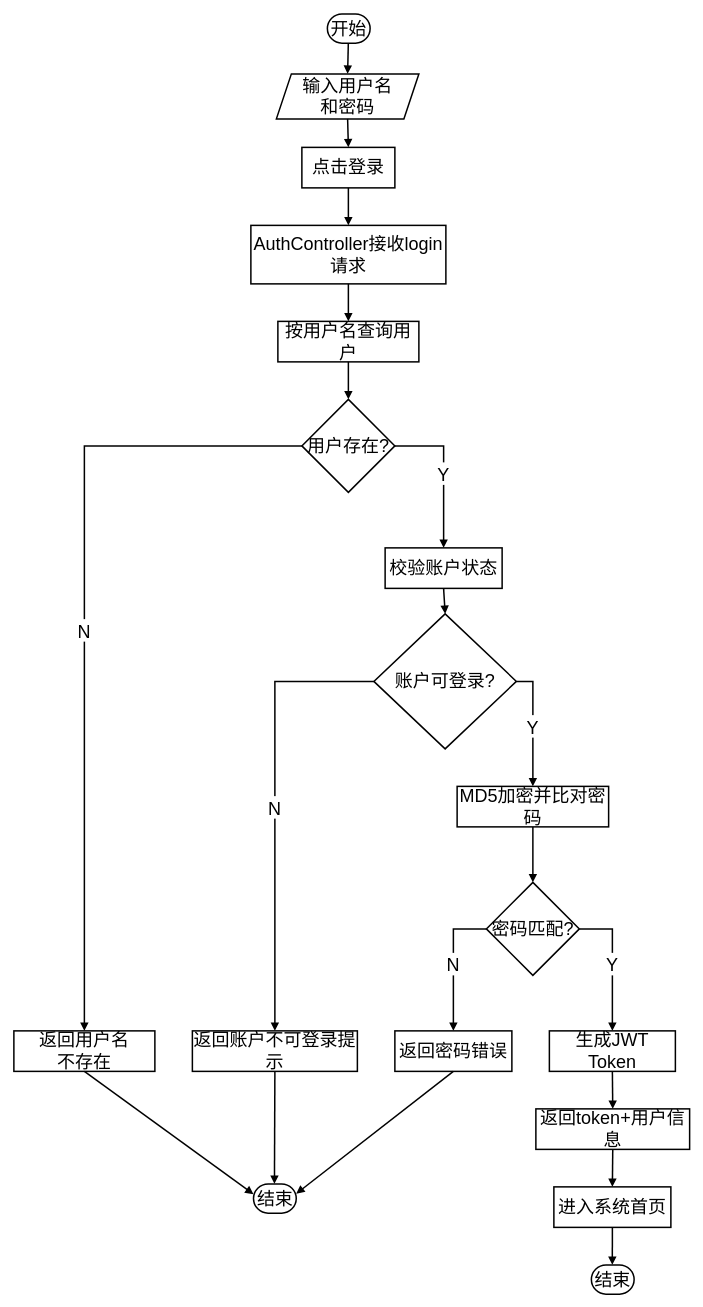
Before: 用户登录流程图.drawio in LichCarlos/darwIo, a draw.io diagram. Source tidied: cells renumbered, new cells numbered last; positions are measured from the earlier drawing's top-left corner, leaving out a move shared by most shapes. Both pictures are drawn from the tidied source at 75%, with x=0, y=0 at pixel (14, -442).
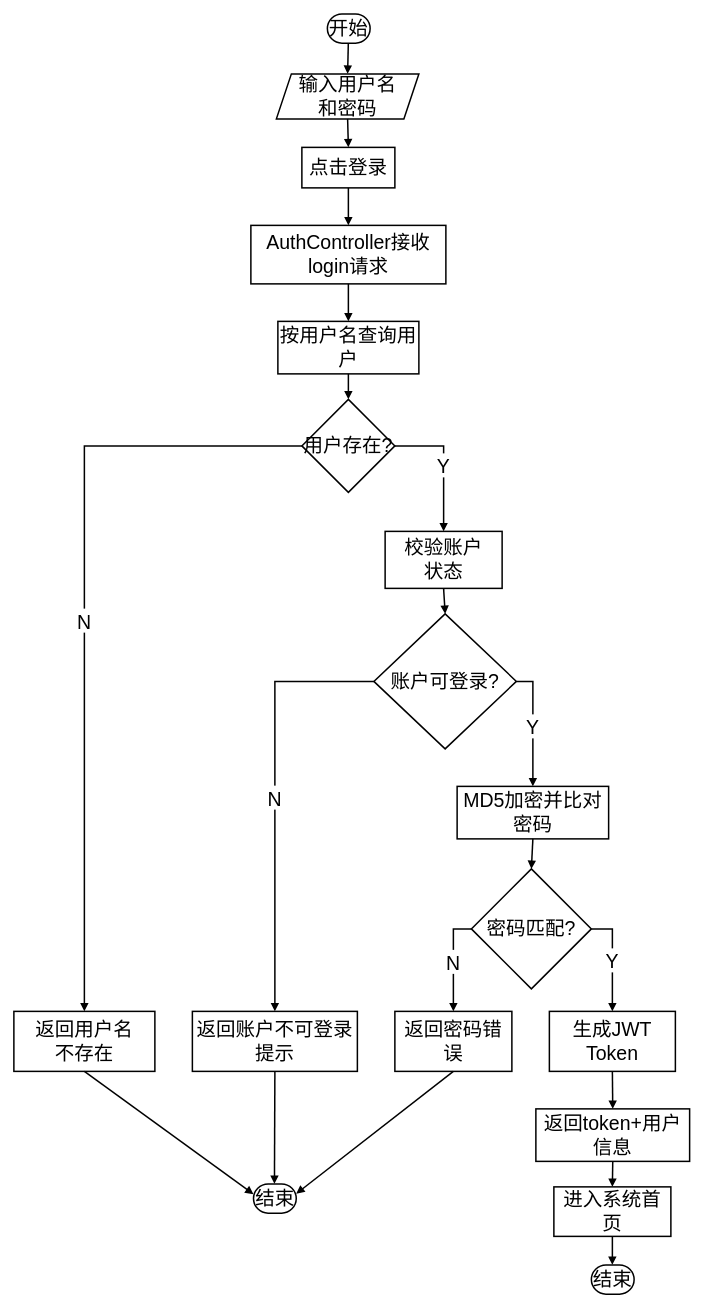
The same page after the edit.

Commit message:
更新用户登录流程图.drawio

Diff of the diagram source:
```diff
@@
-    <mxCell id="5" value="开始" style="rounded=1;whiteSpace=wrap;arcSize=50;strokeWidth=2;fontSize=24;" parent="1" vertex="1">
+    <mxCell id="5" value="开始" style="rounded=1;whiteSpace=wrap;arcSize=50;strokeWidth=2;fontSize=26;" parent="1" vertex="1">
       <mxGeometry x="418" y="608" width="57" height="39" as="geometry" />
     </mxCell>
-    <mxCell id="6" value="输入用户名&#10;和密码" style="shape=parallelogram;perimeter=parallelogramPerimeter;fixedSize=1;strokeWidth=2;whiteSpace=wrap;fontSize=24;" parent="1" vertex="1">
+    <mxCell id="6" value="输入用户名&#10;和密码" style="shape=parallelogram;perimeter=parallelogramPerimeter;fixedSize=1;strokeWidth=2;whiteSpace=wrap;fontSize=26;" parent="1" vertex="1">
       <mxGeometry x="350" y="688" width="190" height="60" as="geometry" />
     </mxCell>
-    <mxCell id="7" value="点击登录" style="whiteSpace=wrap;strokeWidth=2;fontSize=24;" parent="1" vertex="1">
+    <mxCell id="7" value="点击登录" style="whiteSpace=wrap;strokeWidth=2;fontSize=26;" parent="1" vertex="1">
       <mxGeometry x="384" y="786" width="124" height="54" as="geometry" />
     </mxCell>
-    <mxCell id="8" value="AuthController接收login请求" style="whiteSpace=wrap;strokeWidth=2;fontSize=24;" parent="1" vertex="1">
+    <mxCell id="8" value="AuthController接收login请求" style="whiteSpace=wrap;strokeWidth=2;fontSize=26;" parent="1" vertex="1">
       <mxGeometry x="316" y="890" width="260" height="78" as="geometry" />
     </mxCell>
-    <mxCell id="9" value="按用户名查询用户" style="whiteSpace=wrap;strokeWidth=2;fontSize=24;" parent="1" vertex="1">
-      <mxGeometry x="352" y="1018" width="188" height="54" as="geometry" />
+    <mxCell id="9" value="按用户名查询用户" style="whiteSpace=wrap;strokeWidth=2;fontSize=26;" parent="1" vertex="1">
+      <mxGeometry x="352" y="1018" width="188" height="70" as="geometry" />
     </mxCell>
-    <mxCell id="10" value="用户存在?" style="rhombus;strokeWidth=2;whiteSpace=wrap;fontSize=24;" parent="1" vertex="1">
+    <mxCell id="10" value="用户存在?" style="rhombus;strokeWidth=2;whiteSpace=wrap;fontSize=26;" parent="1" vertex="1">
       <mxGeometry x="384" y="1122" width="124" height="124" as="geometry" />
     </mxCell>
-    <mxCell id="11" value="返回用户名&#10;不存在" style="whiteSpace=wrap;strokeWidth=2;fontSize=24;" parent="1" vertex="1">
-      <mxGeometry y="1964" width="188" height="54" as="geometry" />
+    <mxCell id="11" value="返回用户名&#10;不存在" style="whiteSpace=wrap;strokeWidth=2;fontSize=26;" parent="1" vertex="1">
+      <mxGeometry y="1938" width="188" height="80" as="geometry" />
     </mxCell>
-    <mxCell id="12" value="结束" style="rounded=1;whiteSpace=wrap;arcSize=50;strokeWidth=2;fontSize=24;" parent="1" vertex="1">
+    <mxCell id="12" value="结束" style="rounded=1;whiteSpace=wrap;arcSize=50;strokeWidth=2;fontSize=26;" parent="1" vertex="1">
       <mxGeometry x="319.5" y="2168" width="57" height="39" as="geometry" />
     </mxCell>
-    <mxCell id="13" value="校验账户状态" style="whiteSpace=wrap;strokeWidth=2;fontSize=24;" parent="1" vertex="1">
-      <mxGeometry x="495" y="1320" width="156" height="54" as="geometry" />
+    <mxCell id="13" value="校验账户&#10;状态" style="whiteSpace=wrap;strokeWidth=2;fontSize=26;" parent="1" vertex="1">
+      <mxGeometry x="495" y="1298" width="156" height="76" as="geometry" />
     </mxCell>
-    <mxCell id="14" value="账户可登录?" style="rhombus;strokeWidth=2;whiteSpace=wrap;fontSize=24;" parent="1" vertex="1">
+    <mxCell id="14" value="账户可登录?" style="rhombus;strokeWidth=2;whiteSpace=wrap;fontSize=26;" parent="1" vertex="1">
       <mxGeometry x="480" y="1408" width="190" height="180" as="geometry" />
     </mxCell>
-    <mxCell id="15" value="返回账户不可登录提示" style="whiteSpace=wrap;strokeWidth=2;fontSize=24;" parent="1" vertex="1">
-      <mxGeometry x="238" y="1964" width="220" height="54" as="geometry" />
+    <mxCell id="15" value="返回账户不可登录提示" style="whiteSpace=wrap;strokeWidth=2;fontSize=26;" parent="1" vertex="1">
+      <mxGeometry x="238" y="1938" width="220" height="80" as="geometry" />
     </mxCell>
-    <mxCell id="16" value="MD5加密并比对密码" style="whiteSpace=wrap;strokeWidth=2;fontSize=24;" parent="1" vertex="1">
-      <mxGeometry x="591" y="1638" width="202" height="54" as="geometry" />
+    <mxCell id="16" value="MD5加密并比对密码" style="whiteSpace=wrap;strokeWidth=2;fontSize=26;" parent="1" vertex="1">
+      <mxGeometry x="591" y="1638" width="202" height="70" as="geometry" />
     </mxCell>
-    <mxCell id="17" value="密码匹配?" style="rhombus;strokeWidth=2;whiteSpace=wrap;fontSize=24;" parent="1" vertex="1">
-      <mxGeometry x="630" y="1766" width="124" height="124" as="geometry" />
+    <mxCell id="17" value="密码匹配?" style="rhombus;strokeWidth=2;whiteSpace=wrap;fontSize=26;" parent="1" vertex="1">
+      <mxGeometry x="610" y="1748" width="160" height="160" as="geometry" />
     </mxCell>
-    <mxCell id="18" value="返回密码错误" style="whiteSpace=wrap;strokeWidth=2;fontSize=24;" parent="1" vertex="1">
-      <mxGeometry x="508" y="1964" width="156" height="54" as="geometry" />
+    <mxCell id="18" value="返回密码错误" style="whiteSpace=wrap;strokeWidth=2;fontSize=26;" parent="1" vertex="1">
+      <mxGeometry x="508" y="1938" width="156" height="80" as="geometry" />
     </mxCell>
-    <mxCell id="19" value="生成JWT Token" style="whiteSpace=wrap;strokeWidth=2;fontSize=24;" parent="1" vertex="1">
-      <mxGeometry x="714" y="1964" width="168" height="54" as="geometry" />
+    <mxCell id="19" value="生成JWT Token" style="whiteSpace=wrap;strokeWidth=2;fontSize=26;" parent="1" vertex="1">
+      <mxGeometry x="714" y="1938" width="168" height="80" as="geometry" />
     </mxCell>
-    <mxCell id="20" value="返回token+用户信息" style="whiteSpace=wrap;strokeWidth=2;fontSize=24;" parent="1" vertex="1">
-      <mxGeometry x="696" y="2068" width="205" height="54" as="geometry" />
+    <mxCell id="20" value="返回token+用户信息" style="whiteSpace=wrap;strokeWidth=2;fontSize=26;" parent="1" vertex="1">
+      <mxGeometry x="696" y="2068" width="205" height="70" as="geometry" />
     </mxCell>
-    <mxCell id="21" value="进入系统首页" style="whiteSpace=wrap;strokeWidth=2;fontSize=24;" parent="1" vertex="1">
-      <mxGeometry x="720" y="2172" width="156" height="54" as="geometry" />
+    <mxCell id="21" value="进入系统首页" style="whiteSpace=wrap;strokeWidth=2;fontSize=26;" parent="1" vertex="1">
+      <mxGeometry x="720" y="2172" width="156" height="66" as="geometry" />
     </mxCell>
-    <mxCell id="22" value="结束" style="rounded=1;whiteSpace=wrap;arcSize=50;strokeWidth=2;fontSize=24;" parent="1" vertex="1">
+    <mxCell id="22" value="结束" style="rounded=1;whiteSpace=wrap;arcSize=50;strokeWidth=2;fontSize=26;" parent="1" vertex="1">
       <mxGeometry x="770" y="2276" width="57" height="39" as="geometry" />
     </mxCell>
-    <mxCell id="23" style="curved=1;startArrow=none;endArrow=block;strokeWidth=2;exitX=0.49;exitY=1;entryX=0.5;entryY=0;rounded=0;fontSize=24;" parent="1" edge="1" source="5" target="6">
+    <mxCell id="23" style="curved=1;startArrow=none;endArrow=block;strokeWidth=2;exitX=0.49;exitY=1;entryX=0.5;entryY=0;rounded=0;fontSize=26;" parent="1" edge="1" source="5" target="6">
       <mxGeometry relative="1" as="geometry" />
     </mxCell>
-    <mxCell id="24" style="curved=1;startArrow=none;endArrow=block;strokeWidth=2;exitX=0.5;exitY=1;entryX=0.5;entryY=0;rounded=0;fontSize=24;" parent="1" edge="1" source="6" target="7">
+    <mxCell id="24" style="curved=1;startArrow=none;endArrow=block;strokeWidth=2;exitX=0.5;exitY=1;entryX=0.5;entryY=0;rounded=0;fontSize=26;" parent="1" edge="1" source="6" target="7">
       <mxGeometry relative="1" as="geometry" />
     </mxCell>
-    <mxCell id="25" style="curved=1;startArrow=none;endArrow=block;strokeWidth=2;exitX=0.5;exitY=1;entryX=0.5;entryY=0;rounded=0;fontSize=24;" parent="1" edge="1" source="7" target="8">
+    <mxCell id="25" style="curved=1;startArrow=none;endArrow=block;strokeWidth=2;exitX=0.5;exitY=1;entryX=0.5;entryY=0;rounded=0;fontSize=26;" parent="1" edge="1" source="7" target="8">
       <mxGeometry relative="1" as="geometry" />
     </mxCell>
-    <mxCell id="26" style="curved=1;startArrow=none;endArrow=block;strokeWidth=2;exitX=0.5;exitY=1;entryX=0.5;entryY=0;rounded=0;fontSize=24;" parent="1" edge="1" source="8" target="9">
+    <mxCell id="26" style="curved=1;startArrow=none;endArrow=block;strokeWidth=2;exitX=0.5;exitY=1;entryX=0.5;entryY=0;rounded=0;fontSize=26;" parent="1" edge="1" source="8" target="9">
       <mxGeometry relative="1" as="geometry" />
     </mxCell>
-    <mxCell id="27" style="curved=1;startArrow=none;endArrow=block;strokeWidth=2;exitX=0.5;exitY=1;entryX=0.5;entryY=0;rounded=0;fontSize=24;" parent="1" edge="1" source="9" target="10">
+    <mxCell id="27" style="curved=1;startArrow=none;endArrow=block;strokeWidth=2;exitX=0.5;exitY=1;entryX=0.5;entryY=0;rounded=0;fontSize=26;" parent="1" edge="1" source="9" target="10">
       <mxGeometry relative="1" as="geometry" />
     </mxCell>
-    <mxCell id="28" value="N" style="startArrow=none;endArrow=block;strokeWidth=2;exitX=0;exitY=0.5;entryX=0.5;entryY=-0.01;rounded=0;fontSize=24;edgeStyle=orthogonalEdgeStyle;exitDx=0;exitDy=0;" parent="1" edge="1" source="10" target="11">
+    <mxCell id="28" value="N" style="startArrow=none;endArrow=block;strokeWidth=2;exitX=0;exitY=0.5;entryX=0.5;entryY=-0.01;rounded=0;fontSize=26;edgeStyle=orthogonalEdgeStyle;exitDx=0;exitDy=0;" parent="1" edge="1" source="10" target="11">
       <mxGeometry relative="1" as="geometry" />
     </mxCell>
-    <mxCell id="29" style="startArrow=none;endArrow=block;strokeWidth=2;exitX=0.5;exitY=0.99;entryX=-0.01;entryY=0.35;rounded=0;fontSize=24;" parent="1" edge="1" source="11" target="12">
+    <mxCell id="29" style="startArrow=none;endArrow=block;strokeWidth=2;exitX=0.5;exitY=0.99;entryX=-0.01;entryY=0.35;rounded=0;fontSize=26;" parent="1" edge="1" source="11" target="12">
       <mxGeometry relative="1" as="geometry" />
     </mxCell>
-    <mxCell id="30" value="Y" style="startArrow=none;endArrow=block;strokeWidth=2;exitX=1;exitY=0.5;entryX=0.5;entryY=0;rounded=0;fontSize=24;edgeStyle=orthogonalEdgeStyle;exitDx=0;exitDy=0;" parent="1" edge="1" source="10" target="13">
+    <mxCell id="30" value="Y" style="startArrow=none;endArrow=block;strokeWidth=2;exitX=1;exitY=0.5;entryX=0.5;entryY=0;rounded=0;fontSize=26;edgeStyle=orthogonalEdgeStyle;exitDx=0;exitDy=0;" parent="1" edge="1" source="10" target="13">
       <mxGeometry relative="1" as="geometry">
         <Array as="points">
           <mxPoint x="573" y="1184" />
         </Array>
       </mxGeometry>
     </mxCell>
-    <mxCell id="31" style="curved=1;startArrow=none;endArrow=block;strokeWidth=2;exitX=0.5;exitY=1;entryX=0.5;entryY=0;rounded=0;fontSize=24;" parent="1" edge="1" source="13" target="14">
+    <mxCell id="31" style="curved=1;startArrow=none;endArrow=block;strokeWidth=2;exitX=0.5;exitY=1;entryX=0.5;entryY=0;rounded=0;fontSize=26;" parent="1" edge="1" source="13" target="14">
       <mxGeometry relative="1" as="geometry" />
     </mxCell>
-    <mxCell id="32" value="N" style="startArrow=none;endArrow=block;strokeWidth=2;exitX=0;exitY=0.5;entryX=0.5;entryY=-0.01;rounded=0;fontSize=24;edgeStyle=orthogonalEdgeStyle;exitDx=0;exitDy=0;" parent="1" edge="1" source="14" target="15">
+    <mxCell id="32" value="N" style="startArrow=none;endArrow=block;strokeWidth=2;exitX=0;exitY=0.5;entryX=0.5;entryY=-0.01;rounded=0;fontSize=26;edgeStyle=orthogonalEdgeStyle;exitDx=0;exitDy=0;" parent="1" edge="1" source="14" target="15">
       <mxGeometry relative="1" as="geometry" />
     </mxCell>
-    <mxCell id="33" style="curved=1;startArrow=none;endArrow=block;strokeWidth=2;exitX=0.5;exitY=0.99;entryX=0.49;entryY=0;rounded=0;fontSize=24;" parent="1" edge="1" source="15" target="12">
+    <mxCell id="33" style="curved=1;startArrow=none;endArrow=block;strokeWidth=2;exitX=0.5;exitY=0.99;entryX=0.49;entryY=0;rounded=0;fontSize=26;" parent="1" edge="1" source="15" target="12">
       <mxGeometry relative="1" as="geometry" />
     </mxCell>
-    <mxCell id="34" value="Y" style="startArrow=none;endArrow=block;strokeWidth=2;exitX=1;exitY=0.5;entryX=0.5;entryY=0;rounded=0;fontSize=24;edgeStyle=orthogonalEdgeStyle;exitDx=0;exitDy=0;" parent="1" edge="1" source="14" target="16">
+    <mxCell id="34" value="Y" style="startArrow=none;endArrow=block;strokeWidth=2;exitX=1;exitY=0.5;entryX=0.5;entryY=0;rounded=0;fontSize=26;edgeStyle=orthogonalEdgeStyle;exitDx=0;exitDy=0;" parent="1" edge="1" source="14" target="16">
       <mxGeometry relative="1" as="geometry" />
     </mxCell>
-    <mxCell id="35" style="curved=1;startArrow=none;endArrow=block;strokeWidth=2;exitX=0.5;exitY=1;entryX=0.5;entryY=0;rounded=0;fontSize=24;" parent="1" edge="1" source="16" target="17">
+    <mxCell id="35" style="curved=1;startArrow=none;endArrow=block;strokeWidth=2;exitX=0.5;exitY=1;entryX=0.5;entryY=0;rounded=0;fontSize=26;" parent="1" edge="1" source="16" target="17">
       <mxGeometry relative="1" as="geometry" />
     </mxCell>
-    <mxCell id="36" value="N" style="startArrow=none;endArrow=block;strokeWidth=2;exitX=0;exitY=0.5;entryX=0.5;entryY=-0.01;rounded=0;fontSize=24;exitDx=0;exitDy=0;edgeStyle=orthogonalEdgeStyle;" parent="1" edge="1" source="17" target="18">
+    <mxCell id="36" value="N" style="startArrow=none;endArrow=block;strokeWidth=2;exitX=0;exitY=0.5;entryX=0.5;entryY=-0.01;rounded=0;fontSize=26;exitDx=0;exitDy=0;edgeStyle=orthogonalEdgeStyle;" parent="1" edge="1" source="17" target="18">
       <mxGeometry relative="1" as="geometry" />
     </mxCell>
-    <mxCell id="37" style="startArrow=none;endArrow=block;strokeWidth=2;exitX=0.5;exitY=0.99;entryX=0.99;entryY=0.34;rounded=0;fontSize=24;" parent="1" edge="1" source="18" target="12">
+    <mxCell id="37" style="startArrow=none;endArrow=block;strokeWidth=2;exitX=0.5;exitY=0.99;entryX=0.99;entryY=0.34;rounded=0;fontSize=26;" parent="1" edge="1" source="18" target="12">
       <mxGeometry relative="1" as="geometry" />
     </mxCell>
-    <mxCell id="38" value="Y" style="startArrow=none;endArrow=block;strokeWidth=2;exitX=1;exitY=0.5;entryX=0.5;entryY=-0.01;rounded=0;fontSize=24;exitDx=0;exitDy=0;edgeStyle=orthogonalEdgeStyle;" parent="1" edge="1" source="17" target="19">
+    <mxCell id="38" value="Y" style="startArrow=none;endArrow=block;strokeWidth=2;exitX=1;exitY=0.5;entryX=0.5;entryY=-0.01;rounded=0;fontSize=26;exitDx=0;exitDy=0;edgeStyle=orthogonalEdgeStyle;" parent="1" edge="1" source="17" target="19">
       <mxGeometry relative="1" as="geometry" />
     </mxCell>
-    <mxCell id="39" style="curved=1;startArrow=none;endArrow=block;strokeWidth=2;exitX=0.5;exitY=0.99;entryX=0.5;entryY=-0.01;rounded=0;fontSize=24;" parent="1" edge="1" source="19" target="20">
+    <mxCell id="39" style="curved=1;startArrow=none;endArrow=block;strokeWidth=2;exitX=0.5;exitY=0.99;entryX=0.5;entryY=-0.01;rounded=0;fontSize=26;" parent="1" edge="1" source="19" target="20">
       <mxGeometry relative="1" as="geometry" />
     </mxCell>
-    <mxCell id="40" style="curved=1;startArrow=none;endArrow=block;strokeWidth=2;exitX=0.5;exitY=0.99;entryX=0.5;entryY=-0.01;rounded=0;fontSize=24;" parent="1" edge="1" source="20" target="21">
+    <mxCell id="40" style="curved=1;startArrow=none;endArrow=block;strokeWidth=2;exitX=0.5;exitY=0.99;entryX=0.5;entryY=-0.01;rounded=0;fontSize=26;" parent="1" edge="1" source="20" target="21">
       <mxGeometry relative="1" as="geometry" />
     </mxCell>
-    <mxCell id="41" style="curved=1;startArrow=none;endArrow=block;strokeWidth=2;exitX=0.5;exitY=0.99;entryX=0.49;entryY=-0.01;rounded=0;fontSize=24;" parent="1" edge="1" source="21" target="22">
+    <mxCell id="41" style="curved=1;startArrow=none;endArrow=block;strokeWidth=2;exitX=0.5;exitY=0.99;entryX=0.49;entryY=-0.01;rounded=0;fontSize=26;" parent="1" edge="1" source="21" target="22">
       <mxGeometry relative="1" as="geometry" />
     </mxCell>
```
